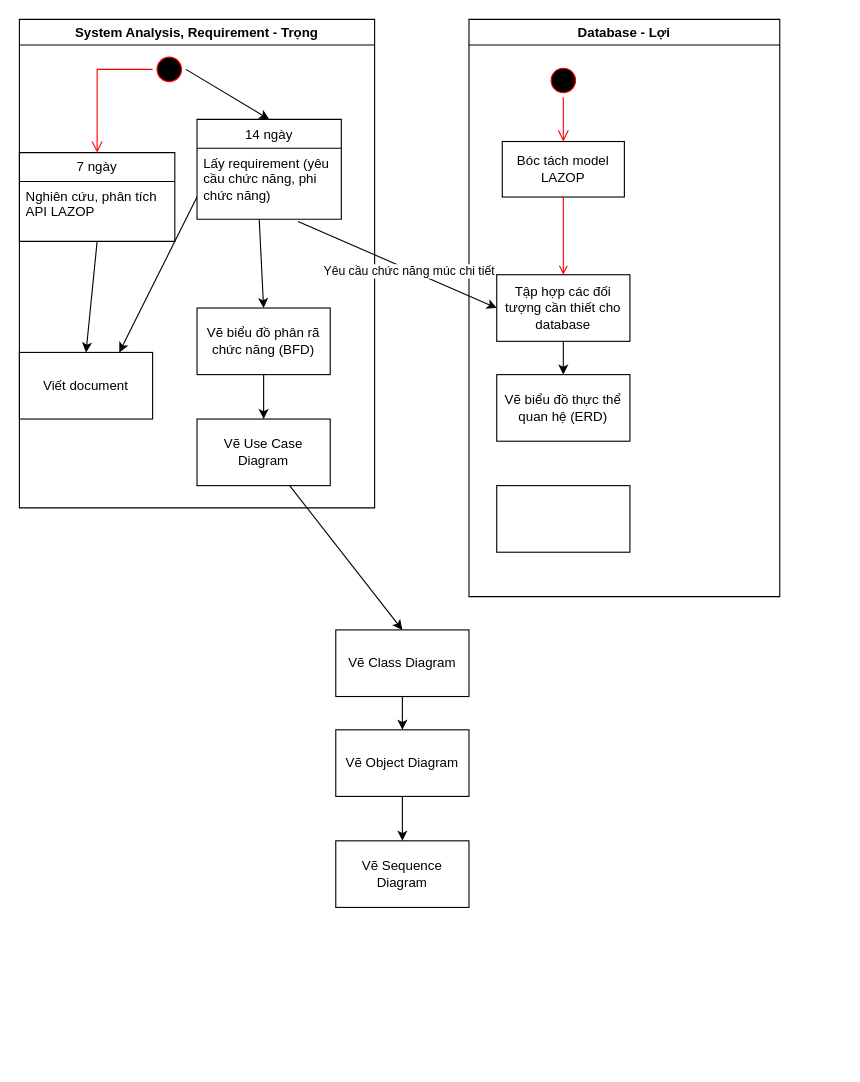
Earlier version of the draw.io diagram page "Page-1" (1 of 2) of planing-model.drawio (xxminhmie/override-project-document). Source tidied: cells renumbered, new cells numbered last; positions are measured from the earlier drawing's top-left corner, leaving out a move shared by most shapes. Both pictures are drawn from the tidied source at 111%, with x=0, y=0 at pixel (19, 19).
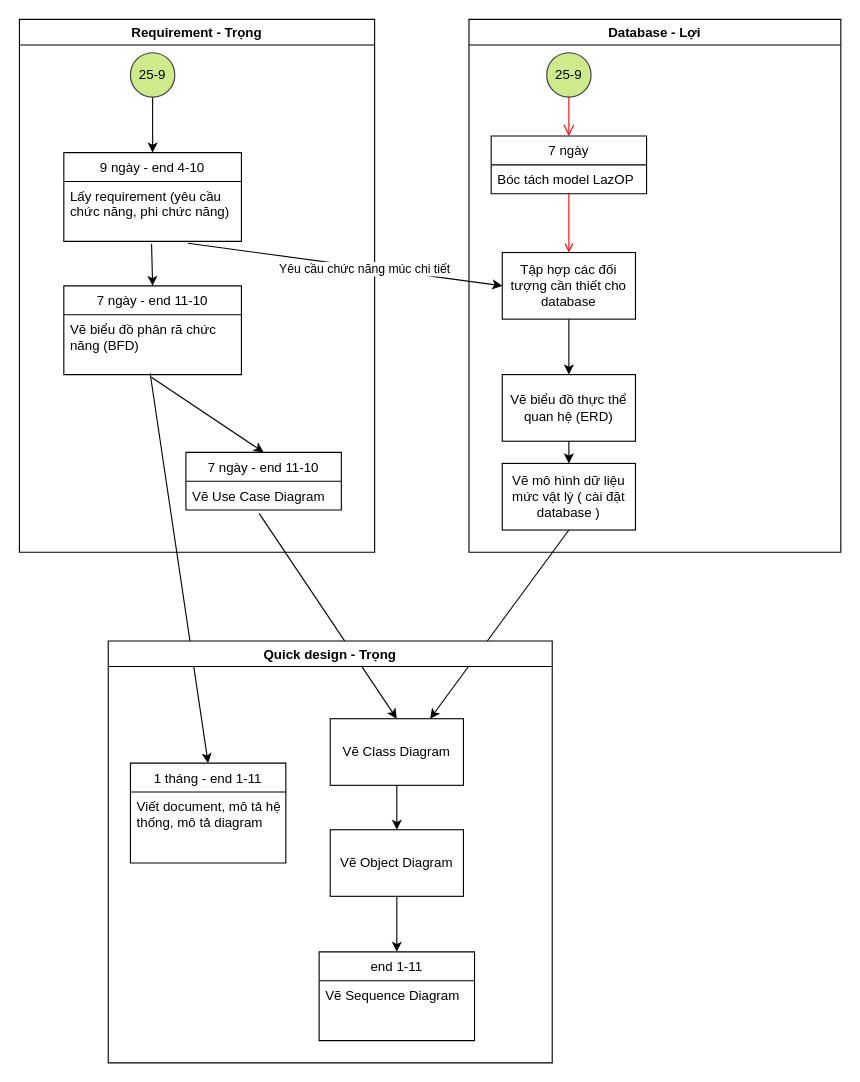
The same diagram, later.

The edit, as a diff of the source:
```diff
@@
-    <mxCell id="2" value="System Analysis, Requirement - Trọng" style="swimlane;whiteSpace=wrap;" parent="1" vertex="1">
-      <mxGeometry width="320" height="440" as="geometry" />
+    <mxCell id="2" value="Requirement - Trọng" style="swimlane;whiteSpace=wrap;" parent="1" vertex="1">
+      <mxGeometry width="320" height="480" as="geometry" />
     </mxCell>
-    <mxCell id="3" style="ellipse;shape=startState;fillColor=#000000;strokeColor=#ff0000;" parent="2" vertex="1">
-      <mxGeometry x="120" y="30" width="30" height="30" as="geometry" />
-    </mxCell>
-    <mxCell id="4" style="edgeStyle=elbowEdgeStyle;elbow=horizontal;verticalAlign=bottom;endArrow=open;endSize=8;strokeColor=#FF0000;endFill=1;rounded=0;entryX=0.5;entryY=0;entryDx=0;entryDy=0;" parent="2" edge="1" source="3" target="7">
-      <mxGeometry x="100" y="40" as="geometry">
-        <Array as="points">
-          <mxPoint x="70" y="80" />
-        </Array>
-      </mxGeometry>
-    </mxCell>
+    <mxCell id="9" style="endArrow=classic;html=1;exitX=0.5;exitY=1;exitDx=0;exitDy=0;entryX=0.5;entryY=0;entryDx=0;entryDy=0;" parent="2" edge="1" source="34" target="5">
+      <mxGeometry relative="1" as="geometry" />
+    </mxCell>
+    <mxCell id="11" style="endArrow=classic;html=1;entryX=0.5;entryY=0;entryDx=0;entryDy=0;exitX=0.494;exitY=1.037;exitDx=0;exitDy=0;exitPerimeter=0;" parent="2" edge="1" source="6" target="35">
+      <mxGeometry relative="1" as="geometry" />
+    </mxCell>
+    <mxCell id="13" style="endArrow=classic;html=1;exitX=0.493;exitY=1.045;exitDx=0;exitDy=0;exitPerimeter=0;entryX=0.5;entryY=0;entryDx=0;entryDy=0;" parent="2" edge="1" source="10" target="36">
+      <mxGeometry relative="1" as="geometry" />
+    </mxCell>
+    <mxCell id="34" value="25-9" style="ellipse;whiteSpace=wrap;html=1;fillColor=#cdeb8b;strokeColor=#36393d;" parent="2" vertex="1">
+      <mxGeometry x="100" y="30" width="40" height="40" as="geometry" />
+    </mxCell>
-    <mxCell id="5" value="14 ngày" style="swimlane;fontStyle=0;horizontal=1;startSize=26;fillColor=none;" parent="2" vertex="1">
-      <mxGeometry x="160" y="90" width="130" height="90" as="geometry" />
+    <mxCell id="5" value="9 ngày - end 4-10" style="swimlane;fontStyle=0;horizontal=1;startSize=26;fillColor=none;" parent="2" vertex="1">
+      <mxGeometry x="40" y="120" width="160" height="80" as="geometry" />
     </mxCell>
     <mxCell id="6" value="Lấy requirement (yêu cầu chức năng, phi chức năng)" style="text;strokeColor=none;fillColor=none;align=left;verticalAlign=top;spacingLeft=4;spacingRight=4;overflow=hidden;points=[[0,0.5],[1,0.5]];portConstraint=eastwest;whiteSpace=wrap;" parent="5" vertex="1">
-      <mxGeometry y="26" width="130" height="64" as="geometry" />
+      <mxGeometry y="26" width="160" height="54" as="geometry" />
     </mxCell>
+    <mxCell id="35" value="7 ngày - end 11-10" style="swimlane;fontStyle=0;horizontal=1;startSize=26;fillColor=none;" parent="2" vertex="1">
+      <mxGeometry x="40" y="240" width="160" height="80" as="geometry" />
+    </mxCell>
+    <mxCell id="10" value="Vẽ biểu đồ phân rã chức năng (BFD)" style="text;strokeColor=none;fillColor=none;align=left;verticalAlign=top;spacingLeft=4;spacingRight=4;overflow=hidden;points=[[0,0.5],[1,0.5]];portConstraint=eastwest;whiteSpace=wrap;" parent="35" vertex="1">
+      <mxGeometry y="26" width="160" height="54" as="geometry" />
+    </mxCell>
+    <mxCell id="36" value="7 ngày - end 11-10" style="swimlane;fontStyle=0;horizontal=1;startSize=26;fillColor=none;" parent="2" vertex="1">
+      <mxGeometry x="150" y="390" width="140" height="52" as="geometry" />
+    </mxCell>
+    <mxCell id="12" value="Vẽ Use Case Diagram" style="text;strokeColor=none;fillColor=none;align=left;verticalAlign=top;spacingLeft=4;spacingRight=4;overflow=hidden;points=[[0,0.5],[1,0.5]];portConstraint=eastwest;" parent="36" vertex="1">
+      <mxGeometry y="26" width="140" height="26" as="geometry" />
+    </mxCell>
+    <mxCell id="17" value="Database - Lợi" style="swimlane;whiteSpace=wrap;" parent="1" vertex="1">
+      <mxGeometry x="405" width="335" height="480" as="geometry" />
+    </mxCell>
+    <mxCell id="19" style="edgeStyle=elbowEdgeStyle;elbow=horizontal;verticalAlign=bottom;endArrow=open;endSize=8;strokeColor=#FF0000;endFill=1;rounded=0;exitX=0.5;exitY=1;exitDx=0;exitDy=0;entryX=0.5;entryY=0;entryDx=0;entryDy=0;" parent="17" edge="1" source="39" target="7">
+      <mxGeometry x="40" y="20" as="geometry" />
+    </mxCell>
+    <mxCell id="21" style="endArrow=open;strokeColor=#FF0000;endFill=1;rounded=0;entryX=0.5;entryY=0;entryDx=0;entryDy=0;exitX=0.5;exitY=1;exitDx=0;exitDy=0;exitPerimeter=0;" parent="17" edge="1" source="37" target="22">
+      <mxGeometry relative="1" as="geometry" />
+    </mxCell>
-    <mxCell id="7" value="7 ngày" style="swimlane;fontStyle=0;horizontal=1;startSize=26;fillColor=none;whiteSpace=wrap;" parent="2" vertex="1">
-      <mxGeometry y="120" width="140" height="80" as="geometry" />
+    <mxCell id="7" value="7 ngày" style="swimlane;fontStyle=0;horizontal=1;startSize=26;fillColor=none;" parent="17" vertex="1">
+      <mxGeometry x="20" y="105" width="140" height="52" as="geometry" />
     </mxCell>
-    <mxCell id="8" value="Nghiên cứu, phân tích API LAZOP" style="text;strokeColor=none;fillColor=none;align=left;verticalAlign=top;spacingLeft=4;spacingRight=4;overflow=hidden;whiteSpace=wrap;" parent="7" vertex="1">
-      <mxGeometry y="26" width="140" height="54" as="geometry" />
-    </mxCell>
-    <mxCell id="9" style="endArrow=classic;html=1;exitX=1;exitY=0.5;exitDx=0;exitDy=0;entryX=0.5;entryY=0;entryDx=0;entryDy=0;" parent="2" edge="1" source="3" target="5">
-      <mxGeometry relative="1" as="geometry" />
-    </mxCell>
-    <mxCell id="10" value="Vẽ biểu đồ phân rã chức năng (BFD)" style="rounded=0;whiteSpace=wrap;html=1;" parent="2" vertex="1">
-      <mxGeometry x="160" y="260" width="120" height="60" as="geometry" />
-    </mxCell>
-    <mxCell id="11" style="endArrow=classic;html=1;entryX=0.5;entryY=0;entryDx=0;entryDy=0;exitX=0.431;exitY=1;exitDx=0;exitDy=0;exitPerimeter=0;" parent="2" edge="1" source="6" target="10">
-      <mxGeometry relative="1" as="geometry" />
-    </mxCell>
-    <mxCell id="12" value="Vẽ Use Case Diagram" style="rounded=0;whiteSpace=wrap;html=1;" parent="2" vertex="1">
-      <mxGeometry x="160" y="360" width="120" height="60" as="geometry" />
-    </mxCell>
-    <mxCell id="13" style="endArrow=classic;html=1;entryX=0.5;entryY=0;entryDx=0;entryDy=0;" parent="2" edge="1" source="10" target="12">
-      <mxGeometry relative="1" as="geometry" />
-    </mxCell>
-    <mxCell id="14" value="Viết document" style="rounded=0;whiteSpace=wrap;html=1;" parent="2" vertex="1">
-      <mxGeometry y="300" width="120" height="60" as="geometry" />
-    </mxCell>
-    <mxCell id="15" style="endArrow=classic;html=1;entryX=0.5;entryY=0;entryDx=0;entryDy=0;exitX=0.5;exitY=1;exitDx=0;exitDy=0;" parent="2" edge="1" source="7" target="14">
-      <mxGeometry relative="1" as="geometry" />
-    </mxCell>
-    <mxCell id="16" style="endArrow=classic;html=1;entryX=0.75;entryY=0;entryDx=0;entryDy=0;exitX=0;exitY=1;exitDx=0;exitDy=0;" parent="2" edge="1" target="14">
-      <mxGeometry relative="1" as="geometry">
-        <mxPoint x="160" y="160" as="sourcePoint" />
-      </mxGeometry>
-    </mxCell>
-    <mxCell id="17" value="Database - Lợi" style="swimlane;whiteSpace=wrap;" parent="1" vertex="1">
-      <mxGeometry x="405" width="280" height="520" as="geometry" />
-    </mxCell>
-    <mxCell id="18" style="ellipse;shape=startState;fillColor=#000000;strokeColor=#ff0000;" parent="17" vertex="1">
-      <mxGeometry x="70" y="40" width="30" height="30" as="geometry" />
-    </mxCell>
-    <mxCell id="19" style="edgeStyle=elbowEdgeStyle;elbow=horizontal;verticalAlign=bottom;endArrow=open;endSize=8;strokeColor=#FF0000;endFill=1;rounded=0;" parent="17" edge="1" source="18" target="20">
-      <mxGeometry x="40" y="20" as="geometry" />
-    </mxCell>
-    <mxCell id="20" value="Bóc tách model LAZOP" style="whiteSpace=wrap;" parent="17" vertex="1">
-      <mxGeometry x="30" y="110" width="110" height="50" as="geometry" />
-    </mxCell>
-    <mxCell id="21" style="endArrow=open;strokeColor=#FF0000;endFill=1;rounded=0;entryX=0.5;entryY=0;entryDx=0;entryDy=0;" parent="17" edge="1" source="20" target="22">
-      <mxGeometry relative="1" as="geometry" />
-    </mxCell>
+    <mxCell id="37" value="Bóc tách model LazOP" style="text;strokeColor=none;fillColor=none;align=left;verticalAlign=top;spacingLeft=4;spacingRight=4;overflow=hidden;points=[[0,0.5],[1,0.5]];portConstraint=eastwest;whiteSpace=wrap;" parent="7" vertex="1">
+      <mxGeometry y="26" width="140" height="26" as="geometry" />
+    </mxCell>
     <mxCell id="22" value="Tập hợp các đối tượng cần thiết cho database" style="rounded=0;whiteSpace=wrap;html=1;" parent="17" vertex="1">
-      <mxGeometry x="25" y="230" width="120" height="60" as="geometry" />
+      <mxGeometry x="30" y="210" width="120" height="60" as="geometry" />
     </mxCell>
     <mxCell id="23" value="Vẽ biểu đồ thực thể quan hệ (ERD)" style="rounded=0;whiteSpace=wrap;html=1;" parent="17" vertex="1">
-      <mxGeometry x="25" y="320" width="120" height="60" as="geometry" />
+      <mxGeometry x="30" y="320" width="120" height="60" as="geometry" />
     </mxCell>
@@
-    <mxCell id="25" style="rounded=0;whiteSpace=wrap;html=1;" parent="17" vertex="1">
-      <mxGeometry x="25" y="420" width="120" height="60" as="geometry" />
+    <mxCell id="25" value="Vẽ mô hình dữ liệu mức vật lý ( cài đặt database )" style="rounded=0;whiteSpace=wrap;html=1;" parent="17" vertex="1">
+      <mxGeometry x="30" y="400" width="120" height="60" as="geometry" />
     </mxCell>
+    <mxCell id="38" style="endArrow=classic;html=1;exitX=0.5;exitY=1;exitDx=0;exitDy=0;entryX=0.5;entryY=0;entryDx=0;entryDy=0;" parent="17" edge="1" source="23" target="25">
+      <mxGeometry relative="1" as="geometry" />
+    </mxCell>
+    <mxCell id="39" value="25-9" style="ellipse;whiteSpace=wrap;html=1;fillColor=#cdeb8b;strokeColor=#36393d;" parent="17" vertex="1">
+      <mxGeometry x="70" y="30" width="40" height="40" as="geometry" />
+    </mxCell>
@@
+    <mxCell id="29" style="endArrow=classic;html=1;entryX=0.5;entryY=0;entryDx=0;entryDy=0;exitX=0.471;exitY=1.115;exitDx=0;exitDy=0;exitPerimeter=0;" parent="1" edge="1" source="12" target="28">
+      <mxGeometry relative="1" as="geometry" />
+    </mxCell>
+    <mxCell id="40" style="endArrow=classic;html=1;strokeColor=#000000;entryX=0.75;entryY=0;entryDx=0;entryDy=0;exitX=0.5;exitY=1;exitDx=0;exitDy=0;" parent="1" edge="1" source="25" target="28">
+      <mxGeometry relative="1" as="geometry" />
+    </mxCell>
+    <mxCell id="16" style="endArrow=classic;html=1;entryX=0.5;entryY=0;entryDx=0;entryDy=0;exitX=0.486;exitY=0.977;exitDx=0;exitDy=0;exitPerimeter=0;" parent="1" edge="1" source="10" target="42">
+      <mxGeometry relative="1" as="geometry" />
+    </mxCell>
+    <mxCell id="41" value="Quick design - Trọng" style="swimlane;" parent="1" vertex="1">
+      <mxGeometry x="80" y="560" width="400" height="380" as="geometry" />
+    </mxCell>
-    <mxCell id="28" value="Vẽ Class Diagram" style="rounded=0;whiteSpace=wrap;html=1;" parent="1" vertex="1">
-      <mxGeometry x="285" y="550" width="120" height="60" as="geometry" />
+    <mxCell id="28" value="Vẽ Class Diagram" style="rounded=0;whiteSpace=wrap;html=1;" parent="41" vertex="1">
+      <mxGeometry x="200" y="70" width="120" height="60" as="geometry" />
     </mxCell>
-    <mxCell id="29" style="endArrow=classic;html=1;entryX=0.5;entryY=0;entryDx=0;entryDy=0;" parent="1" edge="1" source="12" target="28">
-      <mxGeometry relative="1" as="geometry" />
-    </mxCell>
+    <mxCell id="42" value="1 tháng - end 1-11" style="swimlane;fontStyle=0;horizontal=1;startSize=26;fillColor=none;" parent="41" vertex="1">
+      <mxGeometry x="20" y="110" width="140" height="90" as="geometry" />
+    </mxCell>
+    <mxCell id="43" value="Viết document, mô tả hệ thống, mô tả diagram" style="text;strokeColor=none;fillColor=none;align=left;verticalAlign=top;spacingLeft=4;spacingRight=4;overflow=hidden;whiteSpace=wrap;" parent="42" vertex="1">
+      <mxGeometry y="26" width="140" height="64" as="geometry" />
+    </mxCell>
-    <mxCell id="30" value="Vẽ Object Diagram" style="rounded=0;whiteSpace=wrap;html=1;" parent="1" vertex="1">
-      <mxGeometry x="285" y="640" width="120" height="60" as="geometry" />
+    <mxCell id="30" value="Vẽ Object Diagram" style="rounded=0;whiteSpace=wrap;html=1;" parent="41" vertex="1">
+      <mxGeometry x="200" y="170" width="120" height="60" as="geometry" />
     </mxCell>
-    <mxCell id="31" style="endArrow=classic;html=1;exitX=0.5;exitY=1;exitDx=0;exitDy=0;" parent="1" edge="1" source="28" target="30">
+    <mxCell id="31" style="endArrow=classic;html=1;exitX=0.5;exitY=1;exitDx=0;exitDy=0;" parent="41" edge="1" source="28" target="30">
       <mxGeometry relative="1" as="geometry" />
     </mxCell>
+    <mxCell id="33" style="endArrow=classic;html=1;exitX=0.5;exitY=1;exitDx=0;exitDy=0;entryX=0.5;entryY=0;entryDx=0;entryDy=0;" parent="41" edge="1" source="30" target="44">
+      <mxGeometry relative="1" as="geometry" />
+    </mxCell>
+    <mxCell id="44" value="end 1-11" style="swimlane;fontStyle=0;horizontal=1;startSize=26;fillColor=none;" parent="41" vertex="1">
+      <mxGeometry x="190" y="280" width="140" height="80" as="geometry" />
+    </mxCell>
-    <mxCell id="32" value="&lt;div&gt;Vẽ Sequence Diagram&lt;/div&gt;" style="rounded=0;whiteSpace=wrap;html=1;" parent="1" vertex="1">
-      <mxGeometry x="285" y="740" width="120" height="60" as="geometry" />
+    <mxCell id="32" value="Vẽ Sequence Diagram" style="text;strokeColor=none;fillColor=none;align=left;verticalAlign=top;spacingLeft=4;spacingRight=4;overflow=hidden;points=[[0,0.5],[1,0.5]];portConstraint=eastwest;" parent="44" vertex="1">
+      <mxGeometry y="26" width="140" height="54" as="geometry" />
     </mxCell>
-    <mxCell id="33" style="endArrow=classic;html=1;exitX=0.5;exitY=1;exitDx=0;exitDy=0;entryX=0.5;entryY=0;entryDx=0;entryDy=0;" parent="1" edge="1" source="30" target="32">
-      <mxGeometry relative="1" as="geometry" />
-    </mxCell>
```
